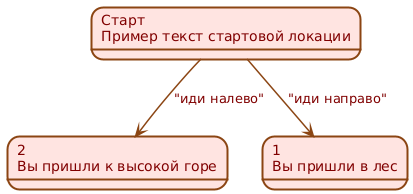
Before: tests/test.png, a diagram exported from PlantUML (teenbull/urq2puml).
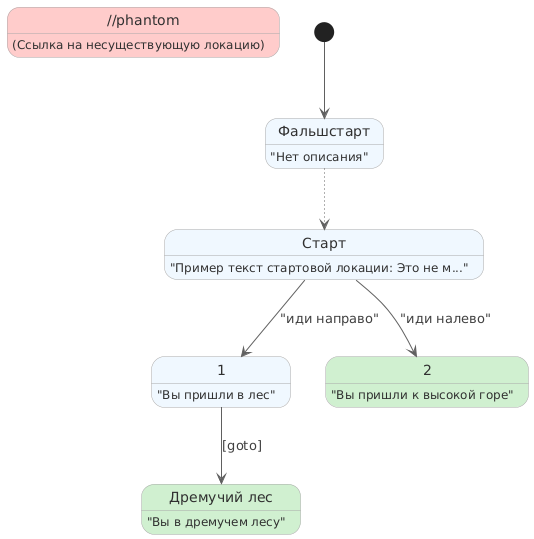
After the change.

Change to the diagram source:
```diff
@@ -1,23 +1,27 @@
 @startuml
+state "//phantom" as PHANTOM_NODE_URQ #ffcccb {
+  PHANTOM_NODE_URQ: (Ссылка на несуществующую локацию)
+}
+skinparam stateArrowColor #606060
 skinparam state {
-  BackgroundColor #FFE4E1
-  BorderColor #8B4513
-  FontColor #800000
-  FontName Papyrus
-  BorderThickness 2
-  Stereotyping true
+    BackgroundColor #F0F8FF
+    BorderColor #A9A9A9
+    FontColor #303030
+    ArrowFontColor #404040
 }
-
-skinparam arrow {
-  Color #8B4513
-  FontColor #800000
-  Thickness 1.5
-}
-
-state "2\nВы пришли к высокой горе" as 2
-state "Старт\nПример текст стартовой локации" as Старт
-state "1\nВы пришли в лес" as 1
-
-Старт --> 1 : "иди направо"
-Старт --> 2 : "иди налево"
+state "Фальшстарт" as 0
+0: "Нет описания"
+state "Старт" as 1
+1: "Пример текст стартовой локации: Это не м..."
+state "Дремучий лес" as 2 #d0f0d0
+2: "Вы в дремучем лесу"
+state "1" as 3
+3: "Вы пришли в лес"
+state "2" as 4 #d0f0d0
+4: "Вы пришли к высокой горе"
+[*] --> 0
+1 --> 3 : "иди направо"
+1 --> 4 : "иди налево"
+0 -[dotted]-> 1
+3 --> 2 : [goto]
 @enduml
```
